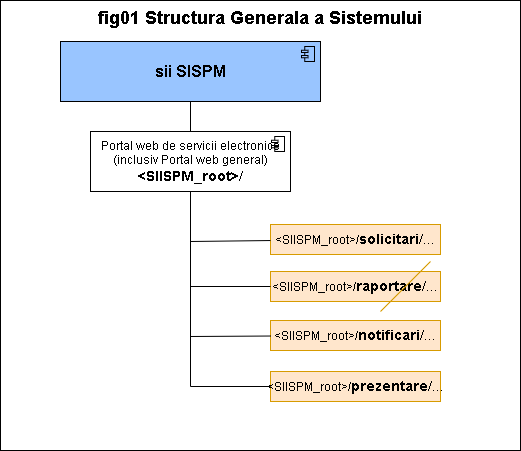
Above: doc_src/pictures/fig01_structura_sistemului.png in petre-renware/siispm_onnexgenai (draw.io), before the change. Source tidied: cells renumbered, new cells last; positions are measured from the earlier drawing's top-left corner, leaving out a move shared by most shapes.
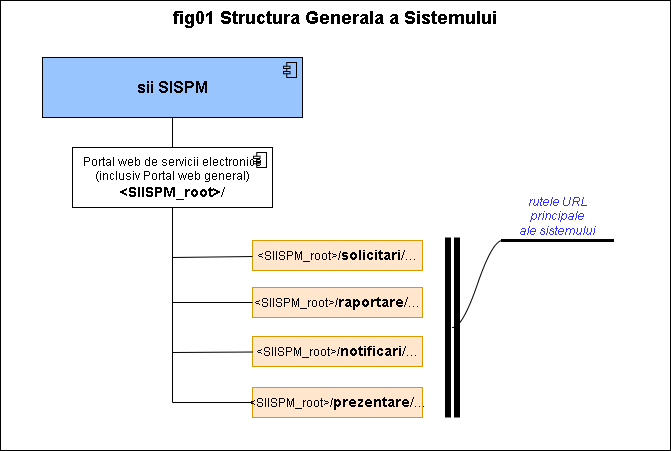
After the commit.

The edit, as a diff of the source:
```diff
@@ -3,7 +3,7 @@
     <mxCell id="0" />
     <mxCell id="1" parent="0" />
     <mxCell id="2" value="fig01 Structura Generala a Sistemului" style="rounded=0;whiteSpace=wrap;html=1;strokeColor=#000000;fontFamily=Helvetica;fontSize=18;fontColor=#000000;fillColor=#ffffff;verticalAlign=top;align=center;fontStyle=1;" parent="1" vertex="1">
-      <mxGeometry width="520" height="450" as="geometry" />
+      <mxGeometry x="18" y="-16" width="670" height="450" as="geometry" />
     </mxCell>
     <mxCell id="3" value="&lt;font size=&quot;1&quot; color=&quot;#000000&quot;&gt;&lt;b style=&quot;font-size: 16px;&quot;&gt;sii SISPM&lt;/b&gt;&lt;/font&gt;" style="html=1;outlineConnect=0;whiteSpace=wrap;fillColor=#99c5ff;shape=mxgraph.archimate3.application;appType=comp;archiType=square;strokeColor=#000000;verticalAlign=middle;align=center;" parent="1" vertex="1">
       <mxGeometry x="60" y="41" width="260" height="60" as="geometry" />
@@ -26,12 +26,6 @@
     <mxCell id="9" value="&amp;lt;SIISPM_root&amp;gt;/&lt;font style=&quot;font-size: 14px;&quot;&gt;&lt;b&gt;prezentare&lt;/b&gt;/&lt;/font&gt;…" style="rounded=0;whiteSpace=wrap;html=1;strokeColor=#d79b00;fontFamily=Helvetica;fontSize=12;fillColor=#ffe6cc;fontColor=#000000;" parent="1" vertex="1">
       <mxGeometry x="270" y="371" width="170" height="30" as="geometry" />
     </mxCell>
-    <mxCell id="10" style="endArrow=none;html=1;rounded=0;fontFamily=Helvetica;fontSize=12;fontColor=#000000;fillColor=#ffe6cc;strokeColor=#d79b00;" parent="1" edge="1">
-      <mxGeometry relative="1" as="geometry">
-        <mxPoint x="380" y="311" as="sourcePoint" />
-        <mxPoint x="430" y="261" as="targetPoint" />
-      </mxGeometry>
-    </mxCell>
     <mxCell id="11" style="endArrow=none;html=1;rounded=0;fontFamily=Helvetica;fontSize=12;fontColor=#000000;strokeColor=#000000;" parent="1" edge="1" source="6" target="4">
       <mxGeometry relative="1" as="geometry">
         <Array as="points">
@@ -60,5 +54,19 @@
         </Array>
       </mxGeometry>
     </mxCell>
+    <mxCell id="15" value="rutele URL&lt;br&gt;principale&lt;br&gt;ale sistemului" style="whiteSpace=wrap;html=1;shape=partialRectangle;top=0;left=0;bottom=1;right=0;points=[[0,1],[1,1]];fillColor=none;align=center;verticalAlign=bottom;routingCenterY=0.5;snapToPoint=1;newEdgeStyle={&quot;edgeStyle&quot;:&quot;entityRelationEdgeStyle&quot;,&quot;startArrow&quot;:&quot;none&quot;,&quot;endArrow&quot;:&quot;none&quot;,&quot;segment&quot;:10,&quot;curved&quot;:1,&quot;sourcePerimeterSpacing&quot;:0,&quot;targetPerimeterSpacing&quot;:0};strokeColor=#000000;strokeWidth=3;fontColor=#3333FF;fontStyle=2;" parent="1" vertex="1">
+      <mxGeometry x="520" y="164" width="110" height="60" as="geometry" />
+    </mxCell>
+    <mxCell id="16" style="edgeStyle=entityRelationEdgeStyle;startArrow=none;endArrow=none;segment=10;curved=1;sourcePerimeterSpacing=0;targetPerimeterSpacing=0;rounded=0;strokeColor=#000000;" parent="1" edge="1" target="15">
+      <mxGeometry relative="1" as="geometry">
+        <mxPoint x="470" y="311" as="sourcePoint" />
+      </mxGeometry>
+    </mxCell>
+    <mxCell id="17" style="shape=link;html=1;rounded=0;fontColor=#000000;strokeColor=#000000;strokeWidth=6;" parent="1" edge="1">
+      <mxGeometry relative="1" as="geometry">
+        <mxPoint x="470" y="221" as="sourcePoint" />
+        <mxPoint x="470" y="401" as="targetPoint" />
+      </mxGeometry>
+    </mxCell>
   </root>
 </mxGraphModel>
```
